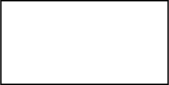
acccoco/my-vulkan-renderer keeps this draw.io diagram as vertex.svg. Above is the earlier version. Source tidied: cells renumbered, new cells last; positions are measured from the earlier drawing's top-left corner, leaving out a move shared by most shapes. The source it was exported from:
```xml
<mxGraphModel>
  <root>
    <mxCell id="0" />
    <mxCell id="1" parent="0" />
    <mxCell id="2" style="rounded=0;whiteSpace=wrap;html=1;" parent="1" vertex="1">
      <mxGeometry width="120" height="60" as="geometry" />
    </mxCell>
  </root>
</mxGraphModel>
```
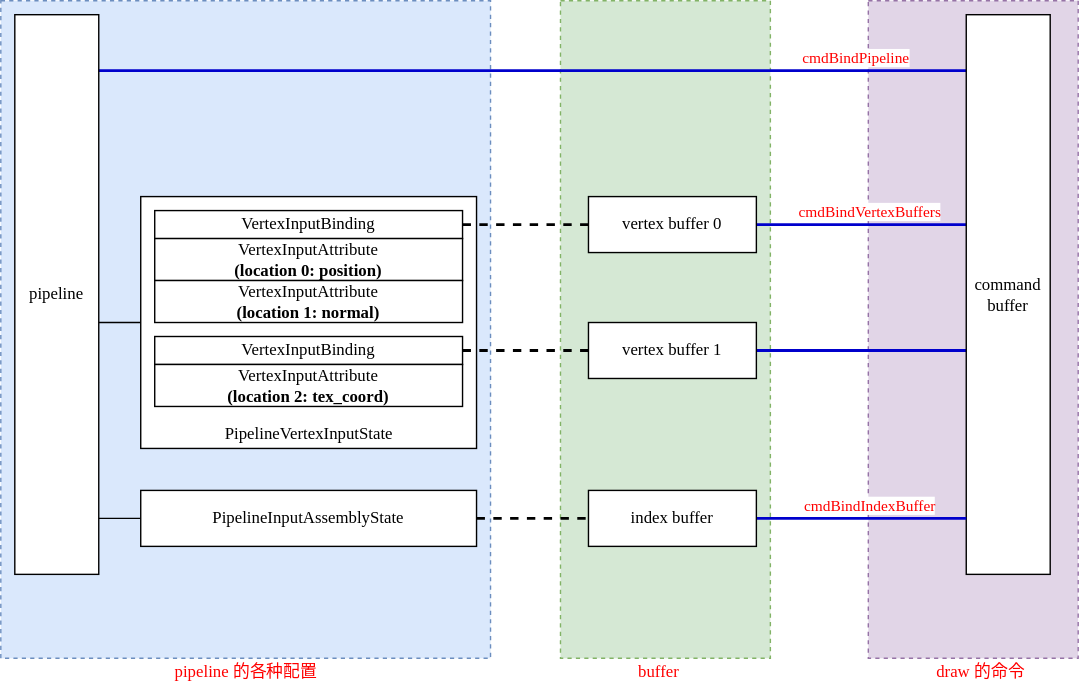
The same diagram one commit later.

Commit message:
[add] vertex & uniform diagram

Change to the diagram source:
```diff
@@ -2,8 +2,109 @@
   <root>
     <mxCell id="0" />
     <mxCell id="1" parent="0" />
+    <mxCell id="3" style="whiteSpace=wrap;html=1;fontFamily=Consolas;fillColor=#e1d5e7;strokeColor=#9673a6;dashed=1;" parent="1" vertex="1">
+      <mxGeometry x="510" y="-150" width="150" height="470" as="geometry" />
+    </mxCell>
+    <mxCell id="4" style="whiteSpace=wrap;html=1;fontFamily=Consolas;fillColor=#d5e8d4;strokeColor=#82b366;dashed=1;" parent="1" vertex="1">
+      <mxGeometry x="290" y="-150" width="150" height="470" as="geometry" />
+    </mxCell>
+    <mxCell id="5" style="whiteSpace=wrap;html=1;fontFamily=Consolas;fillColor=#dae8fc;strokeColor=#6c8ebf;dashed=1;" parent="1" vertex="1">
+      <mxGeometry x="-110" y="-150" width="350" height="470" as="geometry" />
+    </mxCell>
+    <mxCell id="6" style="edgeStyle=elbowEdgeStyle;rounded=0;jettySize=auto;html=1;fontFamily=Consolas;endArrow=none;endFill=0;elbow=vertical;" parent="1" edge="1" source="7" target="23">
+      <mxGeometry relative="1" as="geometry" />
+    </mxCell>
+    <mxCell id="7" style="whiteSpace=wrap;html=1;fontFamily=Consolas;" parent="1" vertex="1">
+      <mxGeometry x="-10" y="-10" width="240" height="180" as="geometry" />
+    </mxCell>
+    <mxCell id="8" style="edgeStyle=elbowEdgeStyle;rounded=0;jettySize=auto;elbow=vertical;html=1;entryX=0;entryY=0.5;entryDx=0;entryDy=0;fontFamily=Consolas;fontColor=#FF0000;endArrow=none;endFill=0;dashed=1;strokeWidth=2;" parent="1" edge="1" source="2" target="11">
+      <mxGeometry relative="1" as="geometry" />
+    </mxCell>
-    <mxCell id="2" style="rounded=0;whiteSpace=wrap;html=1;" parent="1" vertex="1">
-      <mxGeometry width="120" height="60" as="geometry" />
+    <mxCell id="2" value="VertexInputBinding" style="whiteSpace=wrap;html=1;fontFamily=Consolas;" parent="1" vertex="1">
+      <mxGeometry width="220" height="20" as="geometry" />
     </mxCell>
+    <mxCell id="9" style="edgeStyle=elbowEdgeStyle;rounded=0;jettySize=auto;elbow=vertical;html=1;fontFamily=Consolas;fontColor=#FF0000;endArrow=none;endFill=0;strokeColor=#0000CC;strokeWidth=2;" parent="1" edge="1" source="11" target="24">
+      <mxGeometry relative="1" as="geometry" />
+    </mxCell>
+    <mxCell id="10" value="&lt;span style=&quot;font-family: &amp;#34;consolas&amp;#34;&quot;&gt;cmdBindVertexBuffers&lt;/span&gt;" style="edgeLabel;html=1;align=center;verticalAlign=middle;fontFamily=Consolas;fontColor=#FF0000;" parent="9" vertex="1">
+      <mxGeometry x="-0.2" y="-2" relative="1" as="geometry">
+        <mxPoint x="20" y="-12" as="offset" />
+      </mxGeometry>
+    </mxCell>
+    <mxCell id="11" value="vertex buffer 0" style="whiteSpace=wrap;html=1;fontFamily=Consolas;" parent="1" vertex="1">
+      <mxGeometry x="310" y="-10" width="120" height="40" as="geometry" />
+    </mxCell>
+    <mxCell id="12" value="VertexInputAttribute&lt;br&gt;&lt;b&gt;(location 0: position)&lt;/b&gt;" style="whiteSpace=wrap;html=1;fontFamily=Consolas;" parent="1" vertex="1">
+      <mxGeometry y="20" width="220" height="30" as="geometry" />
+    </mxCell>
+    <mxCell id="13" value="VertexInputAttribute&lt;br&gt;&lt;b&gt;(location 1: normal)&lt;/b&gt;" style="whiteSpace=wrap;html=1;fontFamily=Consolas;" parent="1" vertex="1">
+      <mxGeometry y="50" width="220" height="30" as="geometry" />
+    </mxCell>
+    <mxCell id="14" style="edgeStyle=elbowEdgeStyle;rounded=0;jettySize=auto;elbow=vertical;html=1;entryX=0;entryY=0.5;entryDx=0;entryDy=0;fontFamily=Consolas;fontColor=#FF0000;endArrow=none;endFill=0;exitX=1;exitY=0.5;exitDx=0;exitDy=0;dashed=1;strokeWidth=2;" parent="1" edge="1" source="15" target="18">
+      <mxGeometry relative="1" as="geometry" />
+    </mxCell>
+    <mxCell id="15" value="VertexInputBinding" style="whiteSpace=wrap;html=1;fontFamily=Consolas;" parent="1" vertex="1">
+      <mxGeometry y="90" width="220" height="20" as="geometry" />
+    </mxCell>
+    <mxCell id="16" value="VertexInputAttribute&lt;br&gt;&lt;b&gt;(location 2: tex_coord)&lt;/b&gt;" style="whiteSpace=wrap;html=1;fontFamily=Consolas;" parent="1" vertex="1">
+      <mxGeometry y="110" width="220" height="30" as="geometry" />
+    </mxCell>
+    <mxCell id="17" style="edgeStyle=elbowEdgeStyle;rounded=0;jettySize=auto;elbow=vertical;html=1;fontFamily=Consolas;fontColor=#FF0000;endArrow=none;endFill=0;strokeWidth=2;strokeColor=#0000CC;" parent="1" edge="1" source="18" target="24">
+      <mxGeometry relative="1" as="geometry" />
+    </mxCell>
+    <mxCell id="18" value="vertex buffer 1" style="whiteSpace=wrap;html=1;fontFamily=Consolas;" parent="1" vertex="1">
+      <mxGeometry x="310" y="80" width="120" height="40" as="geometry" />
+    </mxCell>
+    <mxCell id="19" value="PipelineVertexInputState" style="text;html=1;align=center;verticalAlign=middle;strokeColor=none;fillColor=none;fontFamily=Consolas;" parent="1" vertex="1">
+      <mxGeometry x="25" y="150" width="170" height="20" as="geometry" />
+    </mxCell>
+    <mxCell id="20" style="edgeStyle=elbowEdgeStyle;rounded=0;jettySize=auto;elbow=vertical;html=1;fontFamily=Consolas;fontColor=#FF0000;endArrow=none;endFill=0;" parent="1" edge="1" source="23" target="26">
+      <mxGeometry relative="1" as="geometry" />
+    </mxCell>
+    <mxCell id="21" style="edgeStyle=elbowEdgeStyle;rounded=0;jettySize=auto;elbow=vertical;html=1;fontFamily=Consolas;fontColor=#FF0000;endArrow=none;endFill=0;strokeColor=#0000CC;strokeWidth=2;" parent="1" edge="1" source="23" target="24">
+      <mxGeometry relative="1" as="geometry">
+        <Array as="points">
+          <mxPoint x="260" y="-100" />
+          <mxPoint x="350" y="-20" />
+        </Array>
+      </mxGeometry>
+    </mxCell>
+    <mxCell id="22" value="&lt;span style=&quot;font-family: &amp;#34;consolas&amp;#34;&quot;&gt;cmdBindPipeline&lt;/span&gt;" style="edgeLabel;html=1;align=center;verticalAlign=middle;fontFamily=Consolas;fontColor=#FF0000;" parent="21" vertex="1">
+      <mxGeometry x="0.05" y="3" relative="1" as="geometry">
+        <mxPoint x="213" y="-7" as="offset" />
+      </mxGeometry>
+    </mxCell>
+    <mxCell id="23" value="pipeline" style="whiteSpace=wrap;html=1;fontFamily=Consolas;" parent="1" vertex="1">
+      <mxGeometry x="-100" y="-140" width="60" height="400" as="geometry" />
+    </mxCell>
+    <mxCell id="24" value="command&lt;br&gt;buffer" style="rounded=0;whiteSpace=wrap;html=1;fontFamily=Consolas;strokeColor=default;align=center;" parent="1" vertex="1">
+      <mxGeometry x="580" y="-140" width="60" height="400" as="geometry" />
+    </mxCell>
+    <mxCell id="25" style="edgeStyle=elbowEdgeStyle;rounded=0;jettySize=auto;elbow=vertical;html=1;fontFamily=Consolas;fontColor=#FF0000;endArrow=none;endFill=0;dashed=1;strokeWidth=2;" parent="1" edge="1" source="26" target="29">
+      <mxGeometry relative="1" as="geometry" />
+    </mxCell>
+    <mxCell id="26" value="PipelineInputAssemblyState" style="whiteSpace=wrap;html=1;fontFamily=Consolas;" parent="1" vertex="1">
+      <mxGeometry x="-10" y="200" width="240" height="40" as="geometry" />
+    </mxCell>
+    <mxCell id="27" style="edgeStyle=elbowEdgeStyle;rounded=0;jettySize=auto;elbow=vertical;html=1;fontFamily=Consolas;fontColor=#FF0000;endArrow=none;endFill=0;strokeWidth=2;strokeColor=#0000CC;" parent="1" edge="1" source="29" target="24">
+      <mxGeometry relative="1" as="geometry" />
+    </mxCell>
+    <mxCell id="28" value="cmdBindIndexBuffer" style="edgeLabel;html=1;align=center;verticalAlign=middle;fontFamily=Consolas;fontColor=#FF0000;" parent="27" vertex="1">
+      <mxGeometry x="-0.33" relative="1" as="geometry">
+        <mxPoint x="30" y="-10" as="offset" />
+      </mxGeometry>
+    </mxCell>
+    <mxCell id="29" value="index buffer" style="whiteSpace=wrap;html=1;fontFamily=Consolas;" parent="1" vertex="1">
+      <mxGeometry x="310" y="200" width="120" height="40" as="geometry" />
+    </mxCell>
+    <mxCell id="30" value="&lt;span&gt;pipeline 的各种配置&lt;/span&gt;" style="text;html=1;align=center;verticalAlign=middle;strokeColor=none;fillColor=none;fontFamily=Consolas;fontColor=#FF0000;" parent="1" vertex="1">
+      <mxGeometry y="320" width="130" height="20" as="geometry" />
+    </mxCell>
+    <mxCell id="31" value="buffer" style="text;html=1;align=center;verticalAlign=middle;strokeColor=none;fillColor=none;fontFamily=Consolas;fontColor=#FF0000;" parent="1" vertex="1">
+      <mxGeometry x="330" y="320" width="60" height="20" as="geometry" />
+    </mxCell>
+    <mxCell id="32" value="draw 的命令" style="text;html=1;align=center;verticalAlign=middle;strokeColor=none;fillColor=none;fontFamily=Consolas;fontColor=#FF0000;" parent="1" vertex="1">
+      <mxGeometry x="550" y="320" width="80" height="20" as="geometry" />
+    </mxCell>
   </root>
 </mxGraphModel>
```
